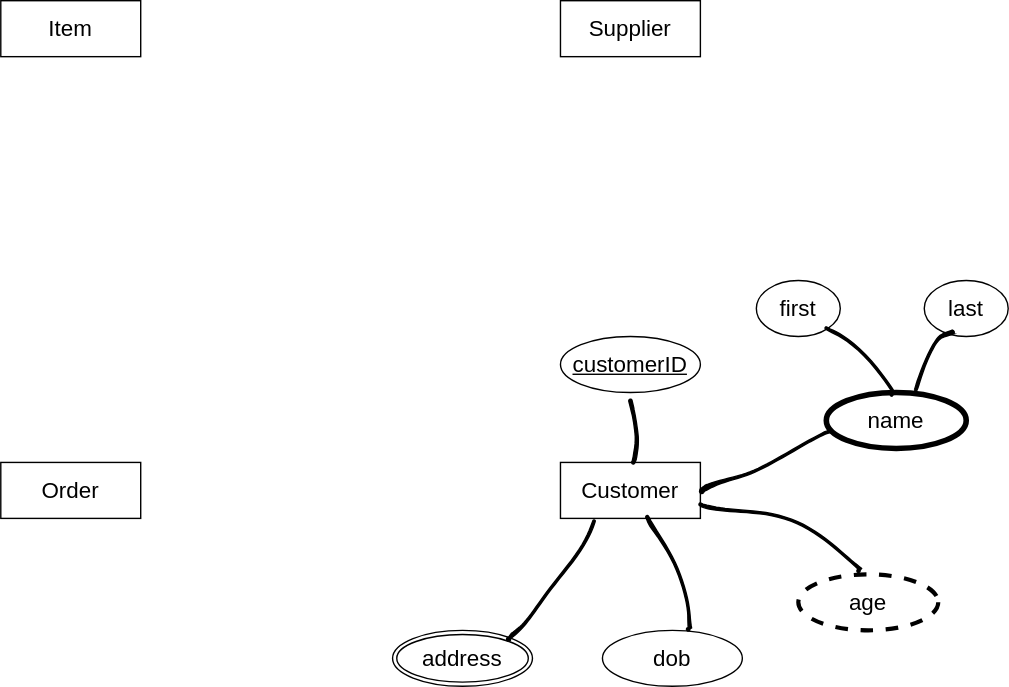
Before: ERD Example.drawio.svg, a diagram exported from draw.io (usupun/Database_Managment_System-tutoril-). Source tidied: cells renumbered, new cells last; positions are measured from the earlier drawing's top-left corner, leaving out a move shared by most shapes.
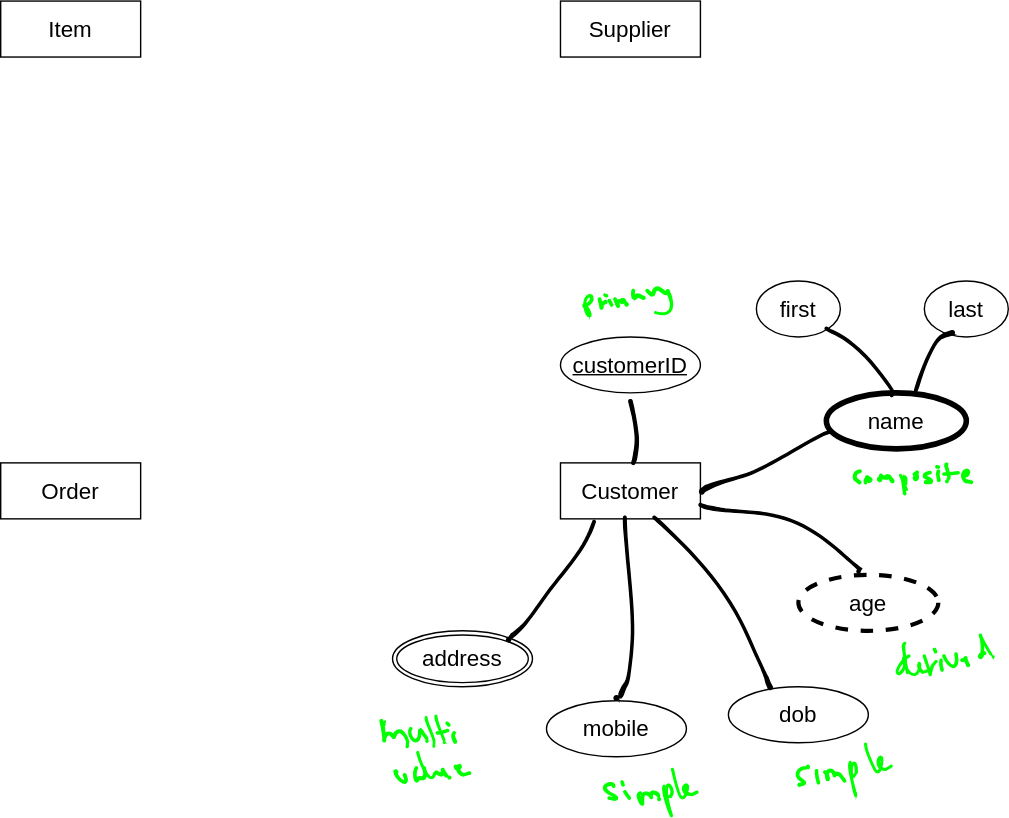
The same diagram one commit later.

The edit, as a diff of the source:
```diff
@@ -30,7 +30,7 @@
       <mxGeometry x="660" y="200" width="60" height="40" as="geometry" />
     </mxCell>
     <mxCell id="11" value="dob" style="ellipse;whiteSpace=wrap;html=1;align=center;fontSize=16;" parent="1" vertex="1">
-      <mxGeometry x="430" y="450" width="100" height="40" as="geometry" />
+      <mxGeometry x="520" y="490" width="100" height="40" as="geometry" />
     </mxCell>
     <mxCell id="12" value="age" style="ellipse;whiteSpace=wrap;html=1;align=center;dashed=1;fontSize=16;strokeWidth=3;" parent="1" vertex="1">
       <mxGeometry x="570" y="410" width="100" height="40" as="geometry" />
@@ -41,9 +41,6 @@
     <mxCell id="14" style="shape=(stored shape, 1292 characters);lineShape=1;strokeColor=default;fontSize=16;" parent="1" vertex="1">
       <mxGeometry x="499" y="359" width="116.2" height="49.7" as="geometry" />
     </mxCell>
-    <mxCell id="15" style="shape=(stored shape, 1120 characters);lineShape=1;strokeColor=default;fontSize=16;" parent="1" vertex="1">
-      <mxGeometry x="461" y="368" width="32.8" height="82.5" as="geometry" />
-    </mxCell>
     <mxCell id="16" style="shape=(stored shape, 1168 characters);lineShape=1;strokeColor=default;fontSize=16;" parent="1" vertex="1">
       <mxGeometry x="361.5" y="371.1" width="63.4" height="86.7" as="geometry" />
     </mxCell>
@@ -56,5 +53,167 @@
     <mxCell id="19" style="shape=(stored shape, 948 characters);lineShape=1;strokeColor=default;fontSize=16;" parent="1" vertex="1">
       <mxGeometry x="653.1" y="235.6" width="28.3" height="43.4" as="geometry" />
     </mxCell>
+    <mxCell id="20" value="mobile" style="ellipse;whiteSpace=wrap;html=1;align=center;fontSize=16;" parent="1" vertex="1">
+      <mxGeometry x="390" y="500" width="100" height="40" as="geometry" />
+    </mxCell>
+    <mxCell id="21" style="shape=(stored shape, 1224 characters);lineShape=1;strokeColor=default;fontSize=16;" parent="1" vertex="1">
+      <mxGeometry x="466.1" y="368.1" width="85.3" height="123.8" as="geometry" />
+    </mxCell>
+    <mxCell id="22" style="shape=(stored shape, 1264 characters);lineShape=1;strokeColor=default;fontSize=16;" parent="1" vertex="1">
+      <mxGeometry x="438.3" y="368.1" width="13.9" height="131.6" as="geometry" />
+    </mxCell>
+    <mxCell id="23" style="shape=(stored shape, 1228 characters);lineShape=1;strokeColor=#00FF00;fontSize=16;" parent="1" vertex="1">
+      <mxGeometry x="416.2" y="209.8" width="7" height="15.8" as="geometry" />
+    </mxCell>
+    <mxCell id="24" style="shape=(stored shape, 940 characters);lineShape=1;strokeColor=#00FF00;fontSize=16;" parent="1" vertex="1">
+      <mxGeometry x="427.1" y="212.1" width="6.1" height="8" as="geometry" />
+    </mxCell>
+    <mxCell id="25" style="shape=(stored shape, 636 characters);lineShape=1;strokeColor=#00FF00;fontSize=16;" parent="1" vertex="1">
+      <mxGeometry x="434.2" y="213.2" width="3.2" height="4.7" as="geometry" />
+    </mxCell>
+    <mxCell id="26" style="shape=(stored shape, 644 characters);lineShape=1;strokeColor=#00FF00;fontSize=16;" parent="1" vertex="1">
+      <mxGeometry x="431.1" y="209.1" width="2.5" height="2.3" as="geometry" />
+    </mxCell>
+    <mxCell id="27" style="shape=(stored shape, 1224 characters);lineShape=1;strokeColor=#00FF00;fontSize=16;" parent="1" vertex="1">
+      <mxGeometry x="438.1" y="212.1" width="10.2" height="6.7" as="geometry" />
+    </mxCell>
+    <mxCell id="28" style="shape=(stored shape, 776 characters);lineShape=1;strokeColor=#00FF00;fontSize=16;" parent="1" vertex="1">
+      <mxGeometry x="450.9" y="206.1" width="9.5" height="7.2" as="geometry" />
+    </mxCell>
+    <mxCell id="29" style="shape=(stored shape, 1260 characters);lineShape=1;strokeColor=#00FF00;fontSize=16;" parent="1" vertex="1">
+      <mxGeometry x="461.1" y="204.4" width="18.9" height="19.6" as="geometry" />
+    </mxCell>
+    <mxCell id="30" style="shape=(stored shape, 772 characters);lineShape=1;strokeColor=#00FF00;fontSize=16;" parent="1" vertex="1">
+      <mxGeometry x="609.3" y="335.1" width="5.5" height="9.8" as="geometry" />
+    </mxCell>
+    <mxCell id="31" style="shape=(stored shape, 784 characters);lineShape=1;strokeColor=#00FF00;fontSize=16;" parent="1" vertex="1">
+      <mxGeometry x="617" y="339.3" width="5.5" height="5.6" as="geometry" />
+    </mxCell>
+    <mxCell id="32" style="shape=(stored shape, 896 characters);lineShape=1;strokeColor=#00FF00;fontSize=16;" parent="1" vertex="1">
+      <mxGeometry x="626.6" y="338.1" width="11.7" height="6" as="geometry" />
+    </mxCell>
+    <mxCell id="33" style="shape=(stored shape, 660 characters);lineShape=1;strokeColor=#00FF00;fontSize=16;" parent="1" vertex="1">
+      <mxGeometry x="642.4" y="338.4" width="5.4" height="11.3" as="geometry" />
+    </mxCell>
+    <mxCell id="34" style="shape=(stored shape, 824 characters);lineShape=1;strokeColor=#00FF00;fontSize=16;" parent="1" vertex="1">
+      <mxGeometry x="643.9" y="339.3" width="3.6" height="13.5" as="geometry" />
+    </mxCell>
+    <mxCell id="35" style="shape=(stored shape, 788 characters);lineShape=1;strokeColor=#00FF00;fontSize=16;" parent="1" vertex="1">
+      <mxGeometry x="652.1" y="335.9" width="3.6" height="6.8" as="geometry" />
+    </mxCell>
+    <mxCell id="36" style="shape=(stored shape, 820 characters);lineShape=1;strokeColor=#00FF00;fontSize=16;" parent="1" vertex="1">
+      <mxGeometry x="659.4" y="336.2" width="6.4" height="8.7" as="geometry" />
+    </mxCell>
+    <mxCell id="37" style="shape=(stored shape, 688 characters);lineShape=1;strokeColor=#00FF00;fontSize=16;" parent="1" vertex="1">
+      <mxGeometry x="668.8" y="335.2" width="2.4" height="8.1" as="geometry" />
+    </mxCell>
+    <mxCell id="38" style="shape=(stored shape, 644 characters);lineShape=1;strokeColor=#00FF00;fontSize=16;" parent="1" vertex="1">
+      <mxGeometry x="668.2" y="332" width="2.6" height="1.8" as="geometry" />
+    </mxCell>
+    <mxCell id="39" style="shape=(stored shape, 796 characters);lineShape=1;strokeColor=#00FF00;fontSize=16;" parent="1" vertex="1">
+      <mxGeometry x="674.7" y="330.2" width="3.7" height="13.9" as="geometry" />
+    </mxCell>
+    <mxCell id="40" style="shape=(stored shape, 740 characters);lineShape=1;strokeColor=#00FF00;fontSize=16;" parent="1" vertex="1">
+      <mxGeometry x="673.3" y="336.3" width="11.6" height="2.5" as="geometry" />
+    </mxCell>
+    <mxCell id="41" style="shape=(stored shape, 860 characters);lineShape=1;strokeColor=#00FF00;fontSize=16;" parent="1" vertex="1">
+      <mxGeometry x="686.7" y="334.6" width="7.7" height="10.1" as="geometry" />
+    </mxCell>
+    <mxCell id="42" style="shape=(stored shape, 1464 characters);lineShape=1;strokeColor=#00FF00;fontSize=16;" parent="1" vertex="1">
+      <mxGeometry x="640" y="467.3" width="22.3" height="14.5" as="geometry" />
+    </mxCell>
+    <mxCell id="43" style="shape=(stored shape, 804 characters);lineShape=1;strokeColor=#00FF00;fontSize=16;" parent="1" vertex="1">
+      <mxGeometry x="644.3" y="458.4" width="4.1" height="22.1" as="geometry" />
+    </mxCell>
+    <mxCell id="44" style="shape=(stored shape, 1016 characters);lineShape=1;strokeColor=#00FF00;fontSize=16;" parent="1" vertex="1">
+      <mxGeometry x="659.3" y="467.3" width="9.7" height="14.7" as="geometry" />
+    </mxCell>
+    <mxCell id="45" style="shape=(stored shape, 700 characters);lineShape=1;strokeColor=#00FF00;fontSize=16;" parent="1" vertex="1">
+      <mxGeometry x="671.1" y="470.2" width="2.4" height="8.5" as="geometry" />
+    </mxCell>
+    <mxCell id="46" style="shape=(stored shape, 644 characters);lineShape=1;strokeColor=#00FF00;fontSize=16;" parent="1" vertex="1">
+      <mxGeometry x="666.5" y="462.5" width="2.2" height="3.2" as="geometry" />
+    </mxCell>
+    <mxCell id="47" style="shape=(stored shape, 844 characters);lineShape=1;strokeColor=#00FF00;fontSize=16;" parent="1" vertex="1">
+      <mxGeometry x="673.2" y="465.9" width="10.7" height="10.2" as="geometry" />
+    </mxCell>
+    <mxCell id="48" style="shape=(stored shape, 872 characters);lineShape=1;strokeColor=#00FF00;fontSize=16;" parent="1" vertex="1">
+      <mxGeometry x="686.1" y="468.5" width="6.1" height="7" as="geometry" />
+    </mxCell>
+    <mxCell id="49" style="shape=(stored shape, 1164 characters);lineShape=1;strokeColor=#00FF00;fontSize=16;" parent="1" vertex="1">
+      <mxGeometry x="698.7" y="452.4" width="11" height="17.3" as="geometry" />
+    </mxCell>
+    <mxCell id="50" style="shape=(stored shape, 880 characters);lineShape=1;strokeColor=#00FF00;fontSize=16;" parent="1" vertex="1">
+      <mxGeometry x="568.5" y="547.2" width="7.3" height="13.8" as="geometry" />
+    </mxCell>
+    <mxCell id="51" style="shape=(stored shape, 696 characters);lineShape=1;strokeColor=#00FF00;fontSize=16;" parent="1" vertex="1">
+      <mxGeometry x="582.3" y="549.3" width="2.9" height="10.1" as="geometry" />
+    </mxCell>
+    <mxCell id="52" style="shape=(stored shape, 620 characters);lineShape=1;strokeColor=#00FF00;fontSize=16;" parent="1" vertex="1">
+      <mxGeometry x="576" y="546" width="1.8" height="2.4" as="geometry" />
+    </mxCell>
+    <mxCell id="53" style="shape=(stored shape, 1176 characters);lineShape=1;strokeColor=#00FF00;fontSize=16;" parent="1" vertex="1">
+      <mxGeometry x="588.1" y="548.8" width="15.7" height="9.2" as="geometry" />
+    </mxCell>
+    <mxCell id="54" style="shape=(stored shape, 1248 characters);lineShape=1;strokeColor=#00FF00;fontSize=16;" parent="1" vertex="1">
+      <mxGeometry x="606" y="543.4" width="6.1" height="24.9" as="geometry" />
+    </mxCell>
+    <mxCell id="55" style="shape=(stored shape, 1068 characters);lineShape=1;strokeColor=#00FF00;fontSize=16;" parent="1" vertex="1">
+      <mxGeometry x="617.4" y="530.4" width="19.6" height="21.1" as="geometry" />
+    </mxCell>
+    <mxCell id="56" style="shape=(stored shape, 924 characters);lineShape=1;strokeColor=#00FF00;fontSize=16;" parent="1" vertex="1">
+      <mxGeometry x="430.7" y="558.5" width="10" height="12.6" as="geometry" />
+    </mxCell>
+    <mxCell id="57" style="shape=(stored shape, 672 characters);lineShape=1;strokeColor=#00FF00;fontSize=16;" parent="1" vertex="1">
+      <mxGeometry x="445.2" y="564.2" width="4.7" height="6.1" as="geometry" />
+    </mxCell>
+    <mxCell id="58" style="shape=(stored shape, 656 characters);lineShape=1;strokeColor=#00FF00;fontSize=16;" parent="1" vertex="1">
+      <mxGeometry x="443.2" y="557.2" width="2.3" height="3.7" as="geometry" />
+    </mxCell>
+    <mxCell id="59" style="shape=(stored shape, 1404 characters);lineShape=1;strokeColor=#00FF00;fontSize=16;" parent="1" vertex="1">
+      <mxGeometry x="455" y="564.5" width="16.5" height="10" as="geometry" />
+    </mxCell>
+    <mxCell id="60" style="shape=(stored shape, 1292 characters);lineShape=1;strokeColor=#00FF00;fontSize=16;" parent="1" vertex="1">
+      <mxGeometry x="473.1" y="559.6" width="7.4" height="23.2" as="geometry" />
+    </mxCell>
+    <mxCell id="61" style="shape=(stored shape, 1092 characters);lineShape=1;strokeColor=#00FF00;fontSize=16;" parent="1" vertex="1">
+      <mxGeometry x="479.4" y="548.4" width="18.8" height="21.6" as="geometry" />
+    </mxCell>
+    <mxCell id="62" style="shape=(stored shape, 668 characters);lineShape=1;strokeColor=#00FF00;fontSize=16;" parent="1" vertex="1">
+      <mxGeometry x="272.9" y="514.4" width="2" height="3.3" as="geometry" />
+    </mxCell>
+    <mxCell id="63" style="shape=(stored shape, 1500 characters);lineShape=1;strokeColor=#00FF00;fontSize=16;" parent="1" vertex="1">
+      <mxGeometry x="271.1" y="513.5" width="20.4" height="19.9" as="geometry" />
+    </mxCell>
+    <mxCell id="64" style="shape=(stored shape, 988 characters);lineShape=1;strokeColor=#00FF00;fontSize=16;" parent="1" vertex="1">
+      <mxGeometry x="291.6" y="519.2" width="13.8" height="10.4" as="geometry" />
+    </mxCell>
+    <mxCell id="65" style="shape=(stored shape, 776 characters);lineShape=1;strokeColor=#00FF00;fontSize=16;" parent="1" vertex="1">
+      <mxGeometry x="303.4" y="511.4" width="6.8" height="21.7" as="geometry" />
+    </mxCell>
+    <mxCell id="66" style="shape=(stored shape, 780 characters);lineShape=1;strokeColor=#00FF00;fontSize=16;" parent="1" vertex="1">
+      <mxGeometry x="310.4" y="510.4" width="7.1" height="20" as="geometry" />
+    </mxCell>
+    <mxCell id="67" style="shape=(stored shape, 712 characters);lineShape=1;strokeColor=#00FF00;fontSize=16;" parent="1" vertex="1">
+      <mxGeometry x="311.3" y="520.5" width="8.9" height="3.2" as="geometry" />
+    </mxCell>
+    <mxCell id="68" style="shape=(stored shape, 704 characters);lineShape=1;strokeColor=#00FF00;fontSize=16;" parent="1" vertex="1">
+      <mxGeometry x="322.4" y="522.2" width="3.2" height="8.1" as="geometry" />
+    </mxCell>
+    <mxCell id="69" style="shape=(stored shape, 656 characters);lineShape=1;strokeColor=#00FF00;fontSize=16;" parent="1" vertex="1">
+      <mxGeometry x="318.2" y="515.2" width="2.7" height="2.8" as="geometry" />
+    </mxCell>
+    <mxCell id="70" style="shape=(stored shape, 880 characters);lineShape=1;strokeColor=#00FF00;fontSize=16;" parent="1" vertex="1">
+      <mxGeometry x="281" y="549.3" width="9.5" height="9.6" as="geometry" />
+    </mxCell>
+    <mxCell id="71" style="shape=(stored shape, 880 characters);lineShape=1;strokeColor=#00FF00;fontSize=16;" parent="1" vertex="1">
+      <mxGeometry x="295.1" y="547.2" width="9.2" height="10.8" as="geometry" />
+    </mxCell>
+    <mxCell id="72" style="shape=(stored shape, 1204 characters);lineShape=1;strokeColor=#00FF00;fontSize=16;" parent="1" vertex="1">
+      <mxGeometry x="297.4" y="536.4" width="24.2" height="19.5" as="geometry" />
+    </mxCell>
+    <mxCell id="73" style="shape=(stored shape, 864 characters);lineShape=1;strokeColor=#00FF00;fontSize=16;" parent="1" vertex="1">
+      <mxGeometry x="324.1" y="545.4" width="11.7" height="8.3" as="geometry" />
+    </mxCell>
   </root>
 </mxGraphModel>
```
